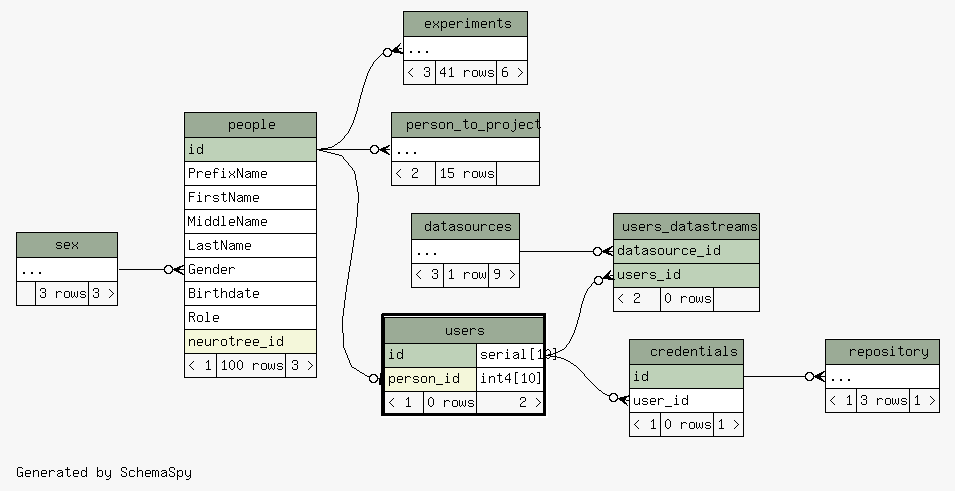
Earlier version of the Graphviz export database/ss/diagrams/users.2degrees.png (tgbugs/mlab). Its source is kept beside it as database/ss/diagrams/users.2degrees.dot.
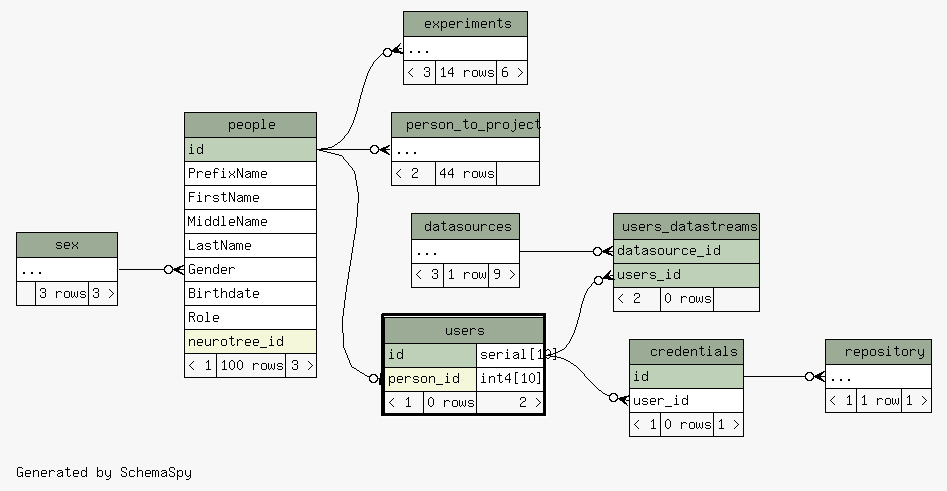
After the commit.

Diff of the diagram source:
```diff
@@ -51,7 +51,7 @@
     <TABLE BORDER="0" CELLBORDER="1" CELLSPACING="0" BGCOLOR="#ffffff">
       <TR><TD COLSPAN="3" BGCOLOR="#9bab96" ALIGN="CENTER">experiments</TD></TR>
       <TR><TD PORT="elipses" COLSPAN="3" ALIGN="LEFT">...</TD></TR>
-      <TR><TD ALIGN="LEFT" BGCOLOR="#f7f7f7">&lt; 3</TD><TD ALIGN="RIGHT" BGCOLOR="#f7f7f7">41 rows</TD><TD ALIGN="RIGHT" BGCOLOR="#f7f7f7">6 &gt;</TD></TR>
+      <TR><TD ALIGN="LEFT" BGCOLOR="#f7f7f7">&lt; 3</TD><TD ALIGN="RIGHT" BGCOLOR="#f7f7f7">14 rows</TD><TD ALIGN="RIGHT" BGCOLOR="#f7f7f7">6 &gt;</TD></TR>
     </TABLE>>
     URL="experiments.html"
     tooltip="experiments"
@@ -79,7 +79,7 @@
     <TABLE BORDER="0" CELLBORDER="1" CELLSPACING="0" BGCOLOR="#ffffff">
       <TR><TD COLSPAN="3" BGCOLOR="#9bab96" ALIGN="CENTER">person_to_project</TD></TR>
       <TR><TD PORT="elipses" COLSPAN="3" ALIGN="LEFT">...</TD></TR>
-      <TR><TD ALIGN="LEFT" BGCOLOR="#f7f7f7">&lt; 2</TD><TD ALIGN="RIGHT" BGCOLOR="#f7f7f7">15 rows</TD><TD ALIGN="RIGHT" BGCOLOR="#f7f7f7">  </TD></TR>
+      <TR><TD ALIGN="LEFT" BGCOLOR="#f7f7f7">&lt; 2</TD><TD ALIGN="RIGHT" BGCOLOR="#f7f7f7">44 rows</TD><TD ALIGN="RIGHT" BGCOLOR="#f7f7f7">  </TD></TR>
     </TABLE>>
     URL="person_to_project.html"
     tooltip="person_to_project"
@@ -89,7 +89,7 @@
     <TABLE BORDER="0" CELLBORDER="1" CELLSPACING="0" BGCOLOR="#ffffff">
       <TR><TD COLSPAN="3" BGCOLOR="#9bab96" ALIGN="CENTER">repository</TD></TR>
       <TR><TD PORT="elipses" COLSPAN="3" ALIGN="LEFT">...</TD></TR>
-      <TR><TD ALIGN="LEFT" BGCOLOR="#f7f7f7">&lt; 1</TD><TD ALIGN="RIGHT" BGCOLOR="#f7f7f7">3 rows</TD><TD ALIGN="RIGHT" BGCOLOR="#f7f7f7">1 &gt;</TD></TR>
+      <TR><TD ALIGN="LEFT" BGCOLOR="#f7f7f7">&lt; 1</TD><TD ALIGN="RIGHT" BGCOLOR="#f7f7f7">1 row</TD><TD ALIGN="RIGHT" BGCOLOR="#f7f7f7">1 &gt;</TD></TR>
     </TABLE>>
     URL="repository.html"
     tooltip="repository"
```
